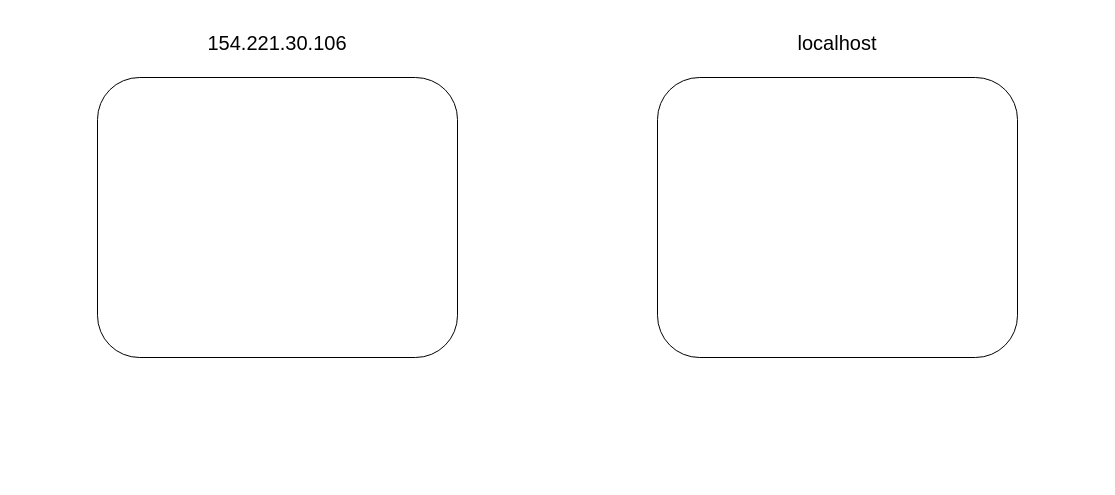
LanSeTianYe/draw keeps this draw.io diagram as me/anything.drawio. Above is the earlier version. Source tidied: cells renumbered, new cells numbered last; positions are measured from the earlier drawing's top-left corner, leaving out a move shared by most shapes. Both pictures are drawn from the tidied source at 100%, with x=0, y=0 at pixel (97, 17).
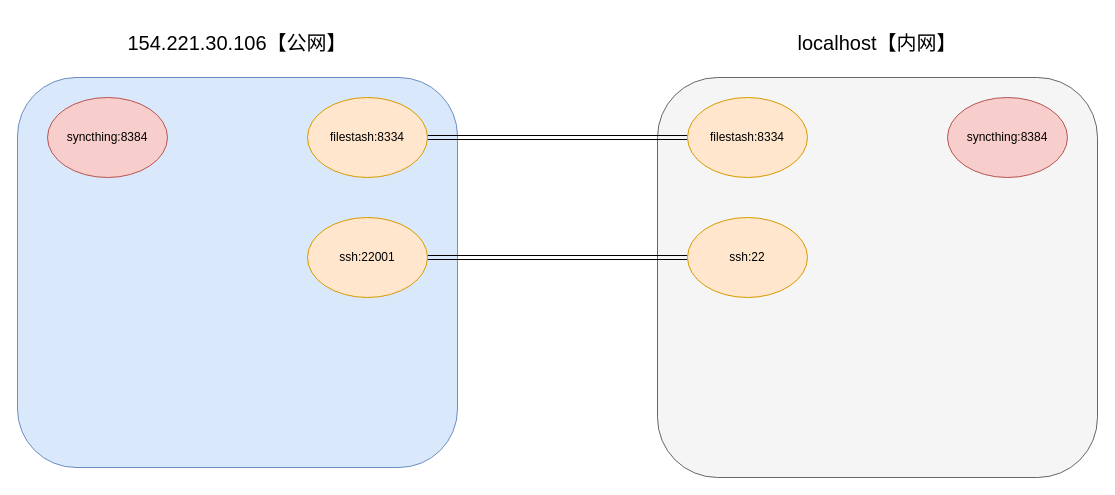
The same page after the edit.

Change to the diagram source:
```diff
@@
 <mxGraphModel>
   <root>
     <mxCell id="0" />
     <mxCell id="1" parent="0" />
-    <mxCell id="2" style="rounded=1;whiteSpace=wrap;html=1;fontSize=18;verticalAlign=top;" parent="1" vertex="1">
-      <mxGeometry y="60" width="360" height="280" as="geometry" />
+    <mxCell id="2" style="rounded=1;whiteSpace=wrap;html=1;fontSize=18;verticalAlign=top;fillColor=#dae8fc;strokeColor=#6c8ebf;" parent="1" vertex="1">
+      <mxGeometry x="-80" y="60" width="440" height="390" as="geometry" />
     </mxCell>
-    <mxCell id="3" value="154.221.30.106" style="text;html=1;align=center;verticalAlign=middle;whiteSpace=wrap;rounded=0;fontSize=20;" parent="1" vertex="1">
-      <mxGeometry width="360" height="50" as="geometry" />
+    <mxCell id="3" value="154.221.30.106【公网】" style="text;html=1;align=center;verticalAlign=middle;whiteSpace=wrap;rounded=0;fontSize=20;" parent="1" vertex="1">
+      <mxGeometry x="-80" width="440" height="50" as="geometry" />
     </mxCell>
     <mxCell id="4" style="edgeStyle=orthogonalEdgeStyle;rounded=0;orthogonalLoop=1;jettySize=auto;html=1;exitX=0.5;exitY=1;exitDx=0;exitDy=0;" parent="1" edge="1" source="3" target="3">
       <mxGeometry relative="1" as="geometry" />
     </mxCell>
-    <mxCell id="5" style="rounded=1;whiteSpace=wrap;html=1;fontSize=18;verticalAlign=top;" parent="1" vertex="1">
-      <mxGeometry x="560" y="60" width="360" height="280" as="geometry" />
+    <mxCell id="5" style="rounded=1;whiteSpace=wrap;html=1;fontSize=18;verticalAlign=top;fillColor=#f5f5f5;strokeColor=#666666;fontColor=#333333;" parent="1" vertex="1">
+      <mxGeometry x="560" y="60" width="440" height="400" as="geometry" />
     </mxCell>
-    <mxCell id="6" value="localhost" style="text;html=1;align=center;verticalAlign=middle;whiteSpace=wrap;rounded=0;fontSize=20;" parent="1" vertex="1">
-      <mxGeometry x="560" width="360" height="50" as="geometry" />
+    <mxCell id="6" value="localhost【内网】" style="text;html=1;align=center;verticalAlign=middle;whiteSpace=wrap;rounded=0;fontSize=20;" parent="1" vertex="1">
+      <mxGeometry x="560" width="440" height="50" as="geometry" />
     </mxCell>
     <mxCell id="7" style="edgeStyle=orthogonalEdgeStyle;rounded=0;orthogonalLoop=1;jettySize=auto;html=1;exitX=0.5;exitY=1;exitDx=0;exitDy=0;" parent="1" edge="1" source="6" target="6">
       <mxGeometry relative="1" as="geometry" />
     </mxCell>
+    <mxCell id="8" style="edgeStyle=orthogonalEdgeStyle;rounded=0;jettySize=auto;html=1;exitX=1;exitY=0.5;exitDx=0;exitDy=0;shape=link;" parent="1" edge="1" source="9" target="10">
+      <mxGeometry relative="1" as="geometry" />
+    </mxCell>
+    <mxCell id="9" value="filestash:8334" style="ellipse;whiteSpace=wrap;html=1;fillColor=#ffe6cc;strokeColor=#d79b00;" parent="1" vertex="1">
+      <mxGeometry x="210" y="80" width="120" height="80" as="geometry" />
+    </mxCell>
+    <mxCell id="10" value="filestash:8334" style="ellipse;whiteSpace=wrap;html=1;fillColor=#ffe6cc;strokeColor=#d79b00;" parent="1" vertex="1">
+      <mxGeometry x="590" y="80" width="120" height="80" as="geometry" />
+    </mxCell>
+    <mxCell id="11" style="edgeStyle=orthogonalEdgeStyle;rounded=0;jettySize=auto;html=1;exitX=1;exitY=0.5;exitDx=0;exitDy=0;shape=link;" parent="1" edge="1" source="12" target="13">
+      <mxGeometry relative="1" as="geometry" />
+    </mxCell>
+    <mxCell id="12" value="ssh:22001" style="ellipse;whiteSpace=wrap;html=1;fillColor=#ffe6cc;strokeColor=#d79b00;" parent="1" vertex="1">
+      <mxGeometry x="210" y="200" width="120" height="80" as="geometry" />
+    </mxCell>
+    <mxCell id="13" value="ssh:22" style="ellipse;whiteSpace=wrap;html=1;fillColor=#ffe6cc;strokeColor=#d79b00;" parent="1" vertex="1">
+      <mxGeometry x="590" y="200" width="120" height="80" as="geometry" />
+    </mxCell>
+    <mxCell id="14" value="syncthing:8384" style="ellipse;whiteSpace=wrap;html=1;fillColor=#f8cecc;strokeColor=#b85450;" parent="1" vertex="1">
+      <mxGeometry x="850" y="80" width="120" height="80" as="geometry" />
+    </mxCell>
+    <mxCell id="15" value="syncthing:8384" style="ellipse;whiteSpace=wrap;html=1;fillColor=#f8cecc;strokeColor=#b85450;" parent="1" vertex="1">
+      <mxGeometry x="-50" y="80" width="120" height="80" as="geometry" />
+    </mxCell>
   </root>
 </mxGraphModel>
```
